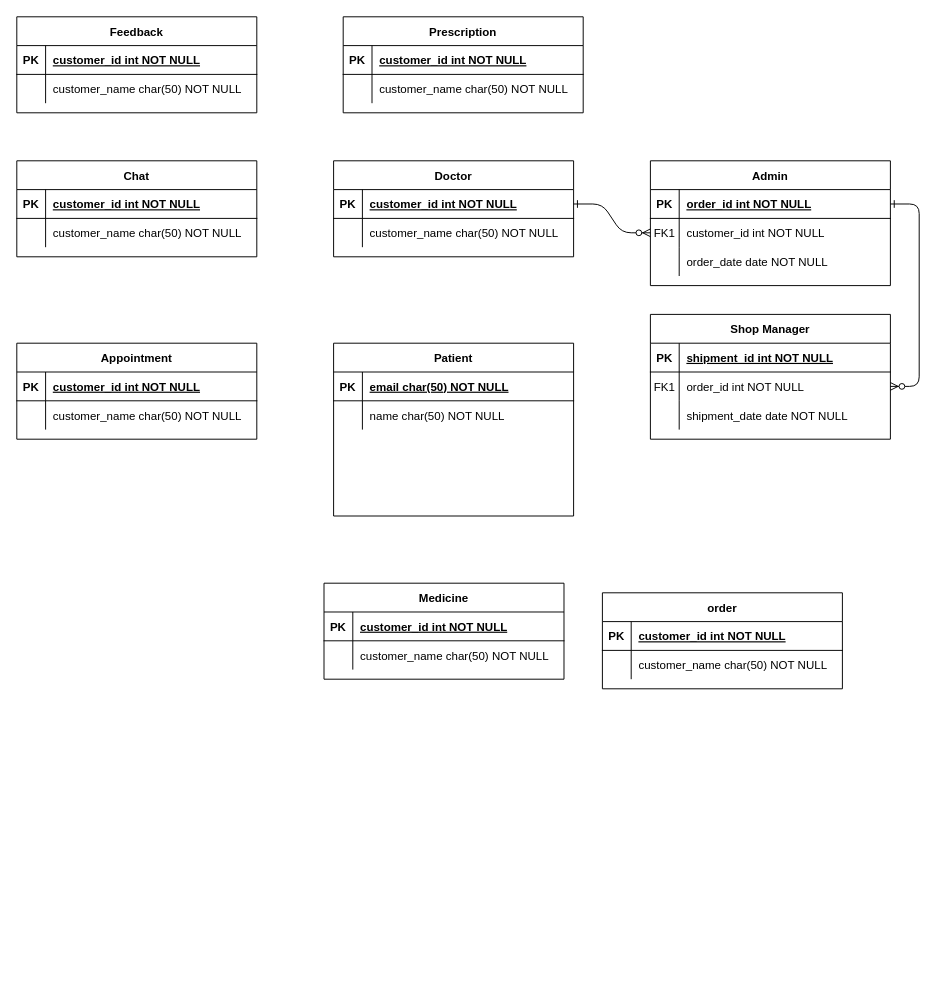
ProgMahabub21/ABCD keeps this draw.io diagram as ER Diagram.drawio. Above is the earlier version. Source tidied: cells renumbered, new cells numbered last; positions are measured from the earlier drawing's top-left corner, leaving out a move shared by most shapes. Both pictures are drawn from the tidied source at 96%, with x=0, y=0 at pixel (16, 16).
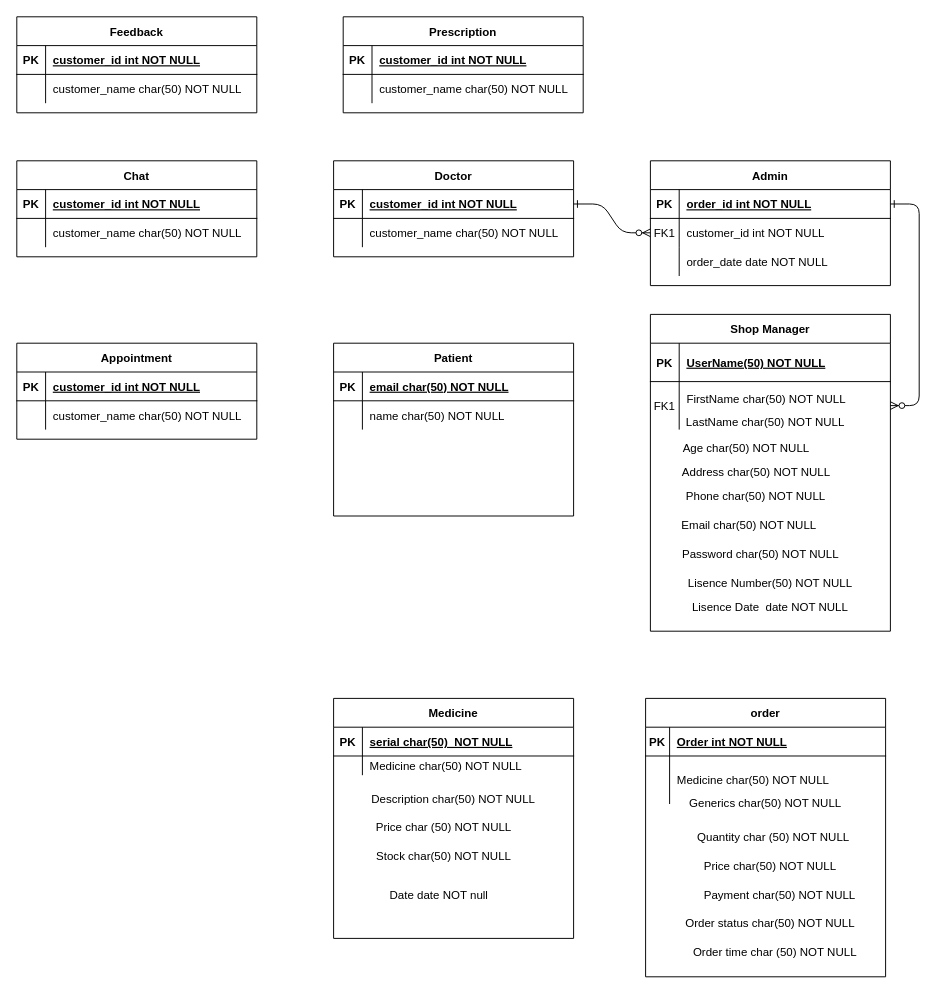
The same page after the edit.

The change refers to these unchanged cells:
```xml
<mxCell id="67" style="shape=partialRectangle;fillColor=none;top=0;left=0;right=0;bottom=1;" parent="66" vertex="1">
  <mxGeometry y="30" width="250" height="30" as="geometry" />
</mxCell>
<mxCell id="74" style="shape=partialRectangle;fillColor=none;top=0;left=0;right=0;bottom=1;" parent="73" vertex="1">
  <mxGeometry y="30" width="250" height="30" as="geometry" />
</mxCell>
```

Diff of the diagram source:
```diff
@@
     <mxCell id="14" value="Shop Manager" style="shape=table;startSize=30;childLayout=tableLayout;rowLines=0;fontStyle=1;align=center;" parent="1" vertex="1">
-      <mxGeometry x="660" y="310" width="250" height="130" as="geometry" />
+      <mxGeometry x="660" y="310" width="250" height="330" as="geometry" />
     </mxCell>
     <mxCell id="15" style="shape=partialRectangle;fillColor=none;top=0;left=0;right=0;bottom=1;" parent="14" vertex="1">
-      <mxGeometry y="30" width="250" height="30" as="geometry" />
+      <mxGeometry y="30" width="250" height="40" as="geometry" />
     </mxCell>
     <mxCell id="16" value="PK" style="shape=partialRectangle;overflow=hidden;fillColor=none;top=0;left=0;bottom=0;right=0;fontStyle=1;" parent="15" vertex="1">
-      <mxGeometry width="30" height="30" as="geometry" />
+      <mxGeometry width="30" height="40" as="geometry" />
     </mxCell>
-    <mxCell id="17" value="shipment_id int NOT NULL " style="shape=partialRectangle;overflow=hidden;fillColor=none;top=0;left=0;bottom=0;right=0;align=left;spacingLeft=6;fontStyle=5;" parent="15" vertex="1">
-      <mxGeometry x="30" width="220" height="30" as="geometry" />
+    <mxCell id="17" value="UserName(50) NOT NULL " style="shape=partialRectangle;overflow=hidden;fillColor=none;top=0;left=0;bottom=0;right=0;align=left;spacingLeft=6;fontStyle=5;" parent="15" vertex="1">
+      <mxGeometry x="30" width="220" height="40" as="geometry" />
     </mxCell>
     <mxCell id="18" style="shape=partialRectangle;fillColor=none;points=[[0,0.5],[1,0.5]];portConstraint=eastwest;top=0;left=0;right=0;bottom=0;" parent="14" vertex="1">
-      <mxGeometry y="60" width="250" height="30" as="geometry" />
+      <mxGeometry y="70" width="250" height="50" as="geometry" />
     </mxCell>
     <mxCell id="19" value="FK1" style="shape=partialRectangle;overflow=hidden;fillColor=none;top=0;left=0;bottom=0;right=0;" parent="18" vertex="1">
-      <mxGeometry width="30" height="30" as="geometry" />
+      <mxGeometry width="30" height="50" as="geometry" />
     </mxCell>
-    <mxCell id="20" value="order_id int NOT NULL" style="shape=partialRectangle;overflow=hidden;fillColor=none;top=0;left=0;bottom=0;right=0;align=left;spacingLeft=6;" parent="18" vertex="1">
-      <mxGeometry x="30" width="220" height="30" as="geometry" />
+    <mxCell id="20" value="FirstName char(50) NOT NULL&#10;" style="shape=partialRectangle;overflow=hidden;fillColor=none;top=0;left=0;bottom=0;right=0;align=left;spacingLeft=6;" parent="18" vertex="1">
+      <mxGeometry x="30" width="220" height="50" as="geometry" />
     </mxCell>
-    <mxCell id="21" style="shape=partialRectangle;fillColor=none;top=0;left=0;right=0;bottom=0;" parent="14" vertex="1">
-      <mxGeometry y="90" width="250" height="30" as="geometry" />
-    </mxCell>
-    <mxCell id="22" style="shape=partialRectangle;overflow=hidden;fillColor=none;top=0;left=0;bottom=0;right=0;" parent="21" vertex="1">
-      <mxGeometry width="30" height="30" as="geometry" />
-    </mxCell>
-    <mxCell id="23" value="shipment_date date NOT NULL" style="shape=partialRectangle;overflow=hidden;fillColor=none;top=0;left=0;bottom=0;right=0;align=left;spacingLeft=6;" parent="21" vertex="1">
-      <mxGeometry x="30" width="220" height="30" as="geometry" />
-    </mxCell>
@@
     <mxCell id="66" value="order" style="shape=table;startSize=30;childLayout=tableLayout;rowLines=0;fontStyle=1;align=center;" parent="1" vertex="1">
-      <mxGeometry x="610" y="600" width="250" height="100" as="geometry" />
+      <mxGeometry x="655" y="710" width="250" height="290" as="geometry" />
     </mxCell>
@@
     <mxCell id="68" value="PK" style="shape=partialRectangle;overflow=hidden;fillColor=none;top=0;left=0;bottom=0;right=0;fontStyle=1;" parent="67" vertex="1">
-      <mxGeometry width="30" height="30" as="geometry" />
+      <mxGeometry width="25" height="30" as="geometry" />
     </mxCell>
-    <mxCell id="69" value="customer_id int NOT NULL " style="shape=partialRectangle;overflow=hidden;fillColor=none;top=0;left=0;bottom=0;right=0;align=left;spacingLeft=6;fontStyle=5;" parent="67" vertex="1">
-      <mxGeometry x="30" width="220" height="30" as="geometry" />
+    <mxCell id="69" value="Order int NOT NULL " style="shape=partialRectangle;overflow=hidden;fillColor=none;top=0;left=0;bottom=0;right=0;align=left;spacingLeft=6;fontStyle=5;" parent="67" vertex="1">
+      <mxGeometry x="25" width="225" height="30" as="geometry" />
     </mxCell>
     <mxCell id="70" style="shape=partialRectangle;fillColor=none;top=0;left=0;right=0;bottom=0;" parent="66" vertex="1">
-      <mxGeometry y="60" width="250" height="30" as="geometry" />
+      <mxGeometry y="60" width="250" height="50" as="geometry" />
     </mxCell>
     <mxCell id="71" style="shape=partialRectangle;overflow=hidden;fillColor=none;top=0;left=0;bottom=0;right=0;" parent="70" vertex="1">
-      <mxGeometry width="30" height="30" as="geometry" />
+      <mxGeometry width="25" height="50" as="geometry" />
     </mxCell>
-    <mxCell id="72" value="customer_name char(50) NOT NULL" style="shape=partialRectangle;overflow=hidden;fillColor=none;top=0;left=0;bottom=0;right=0;align=left;spacingLeft=6;" parent="70" vertex="1">
-      <mxGeometry x="30" width="220" height="30" as="geometry" />
+    <mxCell id="72" value="Medicine char(50) NOT NULL" style="shape=partialRectangle;overflow=hidden;fillColor=none;top=0;left=0;bottom=0;right=0;align=left;spacingLeft=6;" parent="70" vertex="1">
+      <mxGeometry x="25" width="225" height="50" as="geometry" />
     </mxCell>
     <mxCell id="73" value="Medicine" style="shape=table;startSize=30;childLayout=tableLayout;rowLines=0;fontStyle=1;align=center;" parent="1" vertex="1">
-      <mxGeometry x="320" y="590" width="250" height="100" as="geometry" />
+      <mxGeometry x="330" y="710" width="250" height="250" as="geometry" />
     </mxCell>
@@
-    <mxCell id="76" value="customer_id int NOT NULL " style="shape=partialRectangle;overflow=hidden;fillColor=none;top=0;left=0;bottom=0;right=0;align=left;spacingLeft=6;fontStyle=5;" parent="74" vertex="1">
+    <mxCell id="76" value="serial char(50)  NOT NULL " style="shape=partialRectangle;overflow=hidden;fillColor=none;top=0;left=0;bottom=0;right=0;align=left;spacingLeft=6;fontStyle=5;" parent="74" vertex="1">
       <mxGeometry x="30" width="220" height="30" as="geometry" />
     </mxCell>
     <mxCell id="77" style="shape=partialRectangle;fillColor=none;top=0;left=0;right=0;bottom=0;" parent="73" vertex="1">
-      <mxGeometry y="60" width="250" height="30" as="geometry" />
+      <mxGeometry y="60" width="250" height="20" as="geometry" />
     </mxCell>
     <mxCell id="78" style="shape=partialRectangle;overflow=hidden;fillColor=none;top=0;left=0;bottom=0;right=0;" parent="77" vertex="1">
-      <mxGeometry width="30" height="30" as="geometry" />
+      <mxGeometry width="30" height="20" as="geometry" />
     </mxCell>
-    <mxCell id="79" value="customer_name char(50) NOT NULL" style="shape=partialRectangle;overflow=hidden;fillColor=none;top=0;left=0;bottom=0;right=0;align=left;spacingLeft=6;" parent="77" vertex="1">
-      <mxGeometry x="30" width="220" height="30" as="geometry" />
+    <mxCell id="79" value="Medicine char(50) NOT NULL" style="shape=partialRectangle;overflow=hidden;fillColor=none;top=0;left=0;bottom=0;right=0;align=left;spacingLeft=6;" parent="77" vertex="1">
+      <mxGeometry x="30" width="220" height="20" as="geometry" />
     </mxCell>
+    <mxCell id="80" value="LastName char(50) NOT NULL" style="text;html=1;strokeColor=none;fillColor=none;align=center;verticalAlign=middle;whiteSpace=wrap;rounded=0;" parent="1" vertex="1">
+      <mxGeometry x="690" y="410" width="180" height="25" as="geometry" />
+    </mxCell>
+    <mxCell id="81" value="Age char(50) NOT NULL" style="text;html=1;strokeColor=none;fillColor=none;align=center;verticalAlign=middle;whiteSpace=wrap;rounded=0;" parent="1" vertex="1">
+      <mxGeometry x="690" y="440" width="140" height="20" as="geometry" />
+    </mxCell>
+    <mxCell id="82" value="Address char(50) NOT NULL" style="text;html=1;strokeColor=none;fillColor=none;align=center;verticalAlign=middle;whiteSpace=wrap;rounded=0;" parent="1" vertex="1">
+      <mxGeometry x="682.5" y="460" width="175" height="30" as="geometry" />
+    </mxCell>
+    <mxCell id="83" value="Phone char(50) NOT NULL" style="text;html=1;strokeColor=none;fillColor=none;align=center;verticalAlign=middle;whiteSpace=wrap;rounded=0;" parent="1" vertex="1">
+      <mxGeometry x="680" y="490" width="180" height="20" as="geometry" />
+    </mxCell>
+    <mxCell id="84" value="Email char(50) NOT NULL" style="text;html=1;strokeColor=none;fillColor=none;align=center;verticalAlign=middle;whiteSpace=wrap;rounded=0;" parent="1" vertex="1">
+      <mxGeometry x="682.5" y="520" width="160" height="20" as="geometry" />
+    </mxCell>
+    <mxCell id="85" value="Password char(50) NOT NULL" style="text;html=1;strokeColor=none;fillColor=none;align=center;verticalAlign=middle;whiteSpace=wrap;rounded=0;" parent="1" vertex="1">
+      <mxGeometry x="690" y="550" width="170" height="20" as="geometry" />
+    </mxCell>
+    <mxCell id="86" value="Lisence Number(50) NOT NULL" style="text;html=1;strokeColor=none;fillColor=none;align=center;verticalAlign=middle;whiteSpace=wrap;rounded=0;" parent="1" vertex="1">
+      <mxGeometry x="690" y="580" width="190" height="20" as="geometry" />
+    </mxCell>
+    <mxCell id="87" value="Lisence Date&amp;nbsp; date NOT NULL" style="text;html=1;strokeColor=none;fillColor=none;align=center;verticalAlign=middle;whiteSpace=wrap;rounded=0;" parent="1" vertex="1">
+      <mxGeometry x="690" y="600" width="190" height="30" as="geometry" />
+    </mxCell>
+    <mxCell id="88" value="Description char(50) NOT NULL" style="text;html=1;strokeColor=none;fillColor=none;align=center;verticalAlign=middle;whiteSpace=wrap;rounded=0;" parent="1" vertex="1">
+      <mxGeometry x="360" y="800" width="190" height="30" as="geometry" />
+    </mxCell>
+    <mxCell id="89" value="Price char (50) NOT NULL" style="text;html=1;strokeColor=none;fillColor=none;align=center;verticalAlign=middle;whiteSpace=wrap;rounded=0;" parent="1" vertex="1">
+      <mxGeometry x="360" y="830" width="170" height="30" as="geometry" />
+    </mxCell>
+    <mxCell id="90" value="Stock char(50) NOT NULL" style="text;html=1;strokeColor=none;fillColor=none;align=center;verticalAlign=middle;whiteSpace=wrap;rounded=0;" parent="1" vertex="1">
+      <mxGeometry x="355" y="860" width="180" height="30" as="geometry" />
+    </mxCell>
+    <mxCell id="91" value="Date date NOT null" style="text;html=1;strokeColor=none;fillColor=none;align=center;verticalAlign=middle;whiteSpace=wrap;rounded=0;" parent="1" vertex="1">
+      <mxGeometry x="370" y="900" width="140" height="30" as="geometry" />
+    </mxCell>
+    <mxCell id="92" value="Generics char(50) NOT NULL" style="text;html=1;strokeColor=none;fillColor=none;align=center;verticalAlign=middle;whiteSpace=wrap;rounded=0;" parent="1" vertex="1">
+      <mxGeometry x="690" y="810" width="180" height="20" as="geometry" />
+    </mxCell>
+    <mxCell id="93" value="Quantity char (50) NOT NULL&amp;nbsp;" style="text;html=1;strokeColor=none;fillColor=none;align=center;verticalAlign=middle;whiteSpace=wrap;rounded=0;" parent="1" vertex="1">
+      <mxGeometry x="700" y="840" width="180" height="30" as="geometry" />
+    </mxCell>
+    <mxCell id="94" value="Price char(50) NOT NULL" style="text;html=1;strokeColor=none;fillColor=none;align=center;verticalAlign=middle;whiteSpace=wrap;rounded=0;" parent="1" vertex="1">
+      <mxGeometry x="690" y="870" width="190" height="30" as="geometry" />
+    </mxCell>
+    <mxCell id="95" value="Payment char(50) NOT NULL" style="text;html=1;strokeColor=none;fillColor=none;align=center;verticalAlign=middle;whiteSpace=wrap;rounded=0;" parent="1" vertex="1">
+      <mxGeometry x="700" y="900" width="190" height="30" as="geometry" />
+    </mxCell>
+    <mxCell id="96" value="Order status char(50) NOT NULL" style="text;html=1;strokeColor=none;fillColor=none;align=center;verticalAlign=middle;whiteSpace=wrap;rounded=0;" parent="1" vertex="1">
+      <mxGeometry x="690" y="930" width="190" height="30" as="geometry" />
+    </mxCell>
+    <mxCell id="97" value="Order time char (50) NOT NULL" style="text;html=1;strokeColor=none;fillColor=none;align=center;verticalAlign=middle;whiteSpace=wrap;rounded=0;" parent="1" vertex="1">
+      <mxGeometry x="700" y="960" width="180" height="30" as="geometry" />
+    </mxCell>
```
